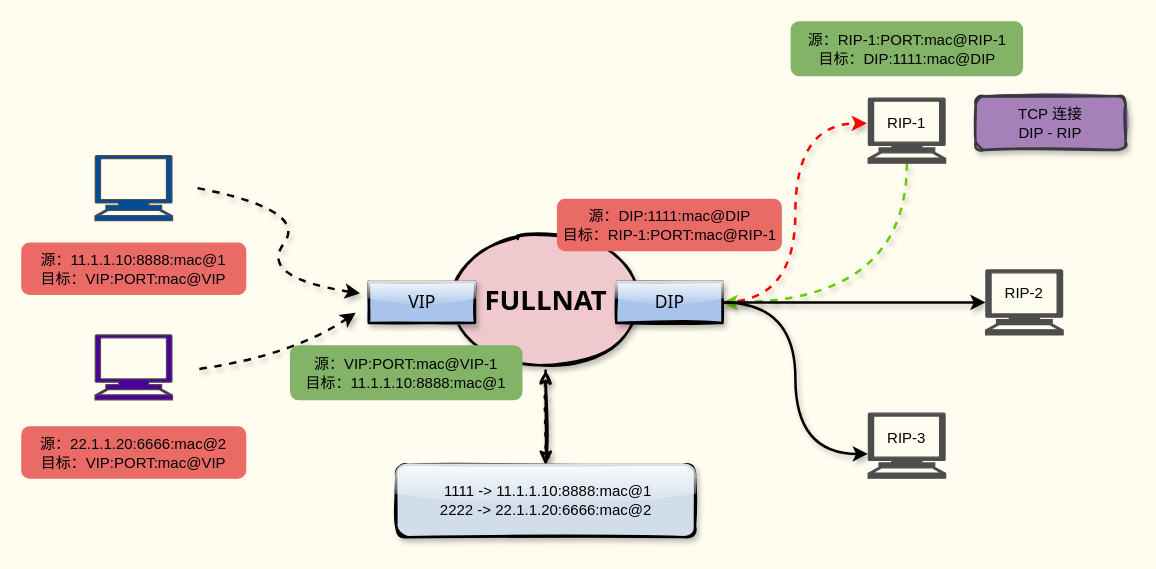
boxtsecond/draw keeps this draw.io diagram as pictures/负载均衡/fullnat.drawio. Above is the earlier version. Source tidied: cells renumbered, new cells numbered last; positions are measured from the earlier drawing's top-left corner, leaving out a move shared by most shapes. Both pictures are drawn from the tidied source at 125%, with x=0, y=0 at pixel (21, 21).
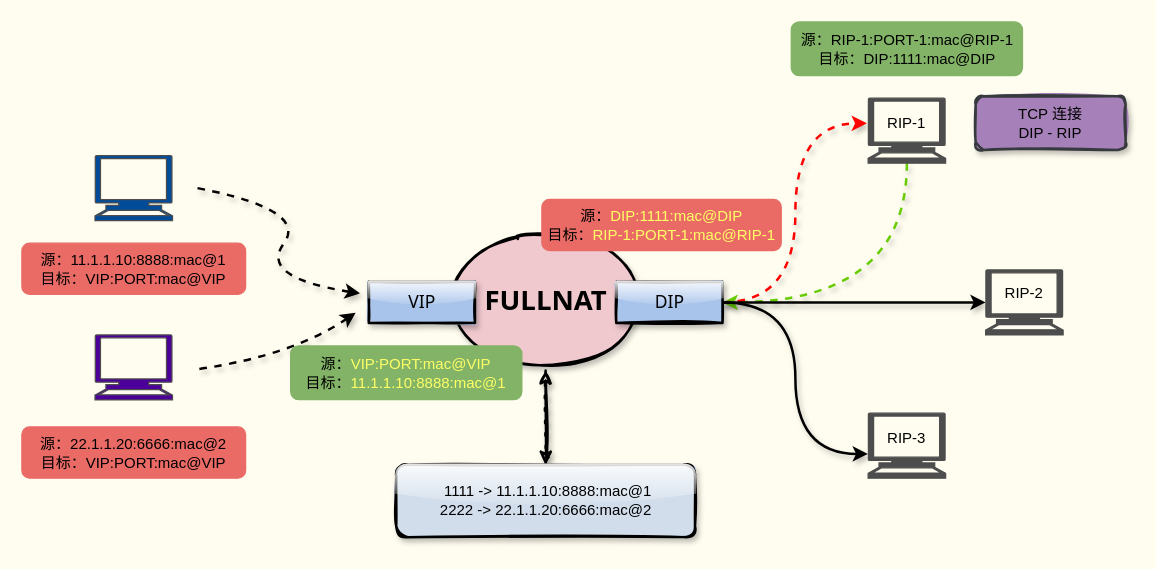
The same page after the edit.

Change to the diagram source:
```diff
@@
-    <mxCell id="20" value="源：DIP:1111&lt;span style=&quot;font-family: &amp;#34;helvetica&amp;#34;&quot;&gt;:mac@DIP&lt;/span&gt;&lt;br&gt;目标：RIP-1:PORT:mac@RIP-1" style="rounded=1;whiteSpace=wrap;html=1;fillColor=#EA6B66;strokeColor=#EA6B66;" parent="1" vertex="1">
-      <mxGeometry x="428.5" y="142" width="179" height="41" as="geometry" />
+    <mxCell id="20" value="源：&lt;font color=&quot;#ffff66&quot;&gt;DIP:1111&lt;span style=&quot;font-family: &amp;#34;helvetica&amp;#34;&quot;&gt;:mac@DIP&lt;/span&gt;&lt;/font&gt;&lt;br&gt;目标：&lt;font color=&quot;#ffff66&quot;&gt;RIP-1:PORT-1:mac@RIP-1&lt;/font&gt;" style="rounded=1;whiteSpace=wrap;html=1;fillColor=#EA6B66;strokeColor=#EA6B66;" parent="1" vertex="1">
+      <mxGeometry x="416" y="142" width="191.5" height="41" as="geometry" />
     </mxCell>
-    <mxCell id="21" value="源：RIP-1:PORT:mac@RIP-1&lt;br&gt;目标：DIP:1111&lt;span style=&quot;font-family: &amp;#34;helvetica&amp;#34;&quot;&gt;:mac@DIP&lt;/span&gt;" style="rounded=1;whiteSpace=wrap;html=1;strokeColor=#82b366;fillColor=#82B366;" parent="1" vertex="1">
+    <mxCell id="21" value="源：RIP-1:PORT-1:mac@RIP-1&lt;br&gt;目标：DIP:1111&lt;span style=&quot;font-family: &amp;#34;helvetica&amp;#34;&quot;&gt;:mac@DIP&lt;/span&gt;" style="rounded=1;whiteSpace=wrap;html=1;strokeColor=#82b366;fillColor=#82B366;" parent="1" vertex="1">
       <mxGeometry x="615.5" width="185" height="43" as="geometry" />
     </mxCell>
@@
-    <mxCell id="29" value="源：VIP:PORT:mac@VIP-1&lt;br&gt;目标：&lt;span style=&quot;font-family: &amp;#34;helvetica&amp;#34;&quot;&gt;11.1.1.10:8888:mac@1&lt;/span&gt;" style="rounded=1;whiteSpace=wrap;html=1;strokeColor=#82b366;fillColor=#82B366;" parent="1" vertex="1">
+    <mxCell id="29" value="源：&lt;font color=&quot;#ffff66&quot;&gt;VIP:PORT:mac@VIP&lt;/font&gt;&lt;br&gt;目标：&lt;span style=&quot;font-family: &amp;#34;helvetica&amp;#34;&quot;&gt;&lt;font color=&quot;#ffff66&quot;&gt;11.1.1.10:8888:mac@1&lt;/font&gt;&lt;/span&gt;" style="rounded=1;whiteSpace=wrap;html=1;strokeColor=#82b366;fillColor=#82B366;" parent="1" vertex="1">
       <mxGeometry x="215" y="259.2" width="185" height="43" as="geometry" />
     </mxCell>
```
